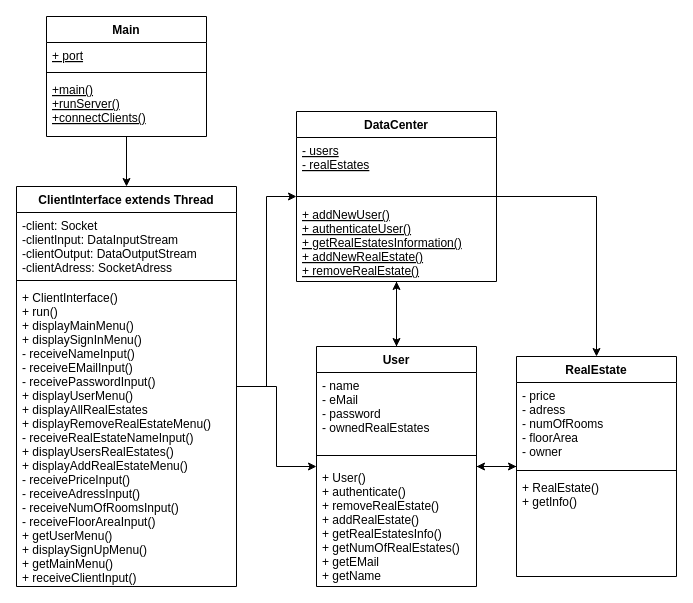
Earlier version of the draw.io diagram EntwurfsdiagrammServer.drawio (FabioKron/Online-Immobilienportal). Source tidied: cells renumbered, new cells numbered last; positions are measured from the earlier drawing's top-left corner, leaving out a move shared by most shapes. Both pictures are drawn from the tidied source at 100%, with x=0, y=0 at pixel (16, 16).
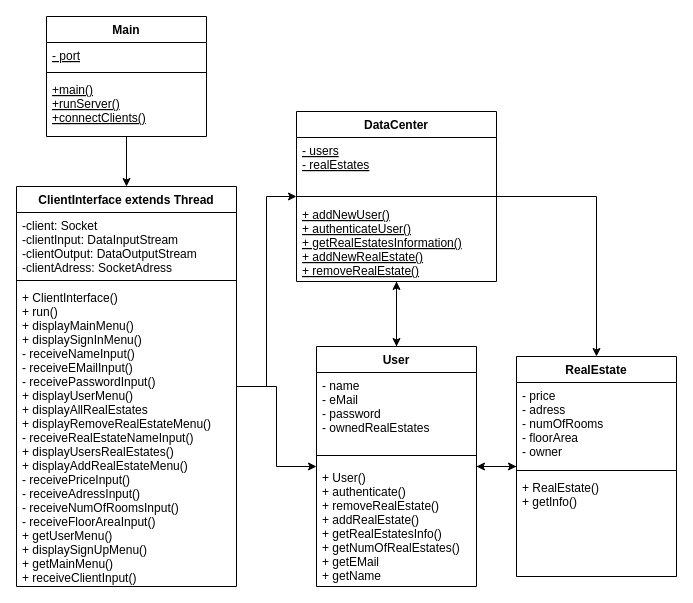
The same page after the edit.

Commit message (it also covers changes not shown here):
Verändern der Attribute der Main Klassen in den Entwurfsdiagrammen Attribute auf privat gesetzt und in den Client Klasse serverIp als Attribut hinzugefügt

Unchanged cells that the change refers to:
```xml
<mxCell id="3" value="Main" style="swimlane;fontStyle=1;align=center;verticalAlign=top;horizontal=1;startSize=26;" parent="1" vertex="1">
  <mxGeometry x="30" width="160" height="120" as="geometry" />
</mxCell>
```

The edit, as a diff of the source:
```diff
@@
-    <mxCell id="4" value="+ port" style="text;strokeColor=none;fillColor=none;align=left;verticalAlign=top;spacingLeft=4;spacingRight=4;overflow=hidden;fontStyle=4;" parent="3" vertex="1">
+    <mxCell id="4" value="- port" style="text;strokeColor=none;fillColor=none;align=left;verticalAlign=top;spacingLeft=4;spacingRight=4;overflow=hidden;fontStyle=4;" parent="3" vertex="1">
       <mxGeometry y="26" width="160" height="26" as="geometry" />
     </mxCell>
```
